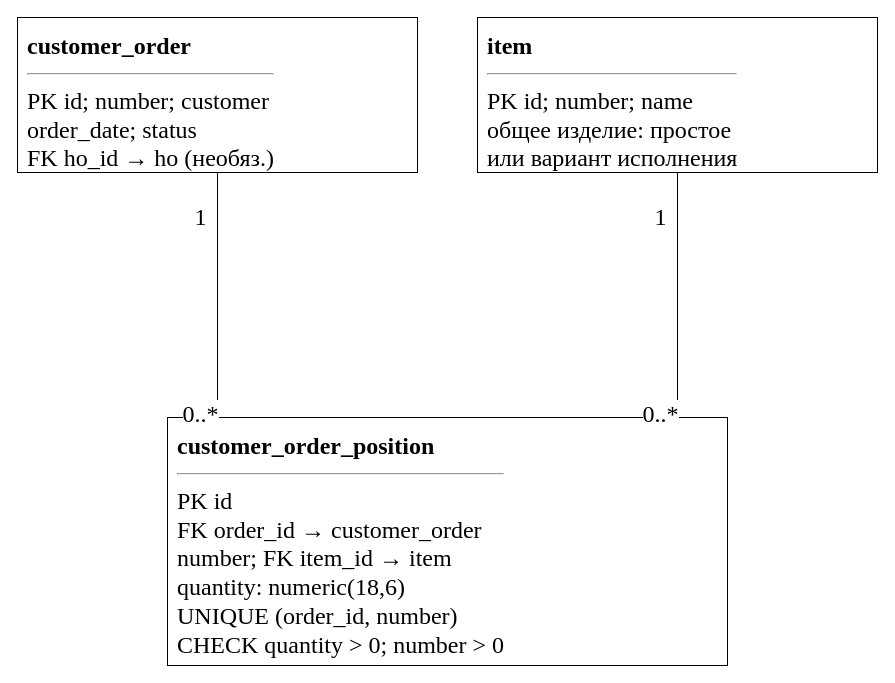
Earlier version of the draw.io diagram utils/lab7/diagrams/07_erd_orders.drawio (10xtheo/mispris-sem7). Source tidied: cells renumbered, new cells numbered last; positions are measured from the earlier drawing's top-left corner, leaving out a move shared by most shapes. Both pictures are drawn from the tidied source at 100%, with x=0, y=0 at pixel (17, 17).
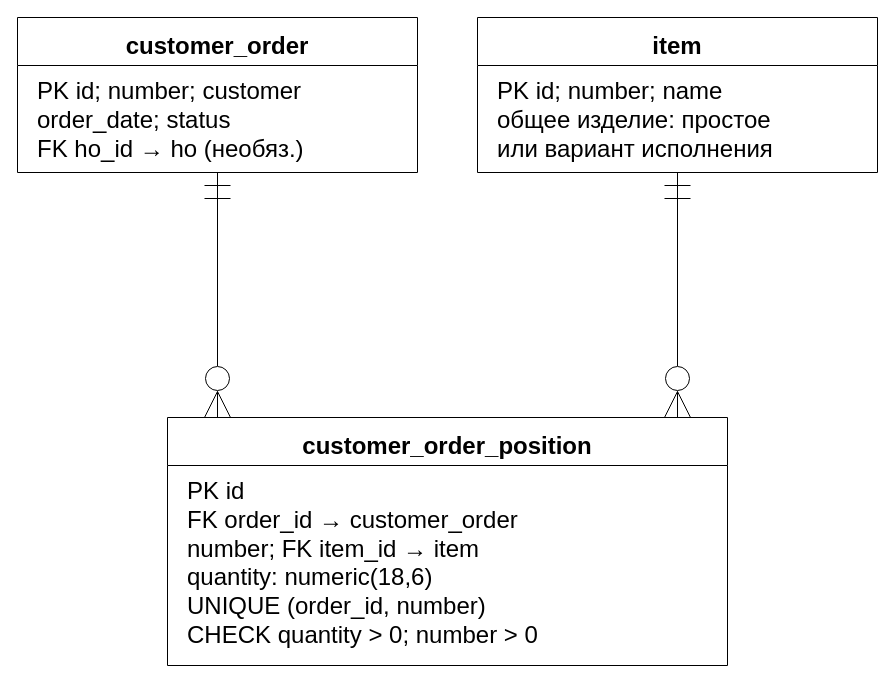
Above is the later version.

Diff of the diagram source:
```diff
@@
 <mxGraphModel>
   <root>
     <mxCell id="0" />
     <mxCell id="1" parent="0" />
-    <mxCell id="2" value="&lt;b&gt;customer_order&lt;/b&gt;&lt;hr&gt;PK id; number; customer&lt;br&gt;order_date; status&lt;br&gt;FK ho_id → ho (необяз.)" style="rounded=0;whiteSpace=wrap;html=1;align=left;verticalAlign=top;fontFamily=Times New Roman;fontSize=24;spacing=10;fillColor=#ffffff;strokeColor=#000000;" parent="1" vertex="1">
+    <mxCell id="2" value="customer_order" style="rounded=0;whiteSpace=wrap;html=1;align=center;verticalAlign=top;fontFamily=Arial;fontSize=24;spacing=10;fillColor=#ffffff;strokeColor=#000000;shape=swimlane;startSize=48;fontStyle=1;swimlaneFillColor=#ffffff;" parent="1" vertex="1">
       <mxGeometry width="400" height="155" as="geometry" />
     </mxCell>
+    <mxCell id="11" value="PK id; number; customer&lt;br&gt;order_date; status&lt;br&gt;FK ho_id → ho (необяз.)" style="text;html=1;align=left;verticalAlign=top;fontFamily=Arial;fontSize=24;spacingLeft=18;spacingTop=5;fillColor=none;strokeColor=none;" parent="2" vertex="1">
+      <mxGeometry y="48" width="400" height="107" as="geometry" />
+    </mxCell>
-    <mxCell id="3" value="&lt;b&gt;item&lt;/b&gt;&lt;hr&gt;PK id; number; name&lt;br&gt;общее изделие: простое&lt;br&gt;или вариант исполнения" style="rounded=0;whiteSpace=wrap;html=1;align=left;verticalAlign=top;fontFamily=Times New Roman;fontSize=24;spacing=10;fillColor=#ffffff;strokeColor=#000000;" parent="1" vertex="1">
+    <mxCell id="3" value="item" style="rounded=0;whiteSpace=wrap;html=1;align=center;verticalAlign=top;fontFamily=Arial;fontSize=24;spacing=10;fillColor=#ffffff;strokeColor=#000000;shape=swimlane;startSize=48;fontStyle=1;swimlaneFillColor=#ffffff;" parent="1" vertex="1">
       <mxGeometry x="460" width="400" height="155" as="geometry" />
     </mxCell>
+    <mxCell id="12" value="PK id; number; name&lt;br&gt;общее изделие: простое&lt;br&gt;или вариант исполнения" style="text;html=1;align=left;verticalAlign=top;fontFamily=Arial;fontSize=24;spacingLeft=18;spacingTop=5;fillColor=none;strokeColor=none;" parent="3" vertex="1">
+      <mxGeometry y="48" width="400" height="107" as="geometry" />
+    </mxCell>
-    <mxCell id="4" value="&lt;b&gt;customer_order_position&lt;/b&gt;&lt;hr&gt;PK id&lt;br&gt;FK order_id → customer_order&lt;br&gt;number; FK item_id → item&lt;br&gt;quantity: numeric(18,6)&lt;br&gt;UNIQUE (order_id, number)&lt;br&gt;CHECK quantity &amp;gt; 0; number &amp;gt; 0" style="rounded=0;whiteSpace=wrap;html=1;align=left;verticalAlign=top;fontFamily=Times New Roman;fontSize=24;spacing=10;fillColor=#ffffff;strokeColor=#000000;" parent="1" vertex="1">
+    <mxCell id="4" value="customer_order_position" style="rounded=0;whiteSpace=wrap;html=1;align=center;verticalAlign=top;fontFamily=Arial;fontSize=24;spacing=10;fillColor=#ffffff;strokeColor=#000000;shape=swimlane;startSize=48;fontStyle=1;swimlaneFillColor=#ffffff;" parent="1" vertex="1">
       <mxGeometry x="150" y="400" width="560" height="248" as="geometry" />
     </mxCell>
+    <mxCell id="13" value="PK id&lt;br&gt;FK order_id → customer_order&lt;br&gt;number; FK item_id → item&lt;br&gt;quantity: numeric(18,6)&lt;br&gt;UNIQUE (order_id, number)&lt;br&gt;CHECK quantity &amp;gt; 0; number &amp;gt; 0" style="text;html=1;align=left;verticalAlign=top;fontFamily=Arial;fontSize=24;spacingLeft=18;spacingTop=5;fillColor=none;strokeColor=none;" parent="4" vertex="1">
+      <mxGeometry y="48" width="560" height="200" as="geometry" />
+    </mxCell>
-    <mxCell id="5" style="edgeStyle=orthogonalEdgeStyle;rounded=0;html=1;endArrow=open;fontFamily=Times New Roman;fontSize=24;labelBackgroundColor=#ffffff;exitX=0.5;exitY=1.0;entryX=0.08928571428571429;entryY=0.0;endArrow=none;startArrow=none;" parent="1" edge="1" source="2" target="4">
+    <mxCell id="5" style="edgeStyle=orthogonalEdgeStyle;rounded=0;html=1;endArrow=open;fontFamily=Arial;fontSize=24;labelBackgroundColor=#ffffff;exitX=0.5;exitY=1.0;entryX=0.08928571428571429;entryY=0.0;endArrow=none;startArrow=none;startArrow=ERmandOne;endArrow=ERzeroToMany;startFill=0;endFill=0;startSize=24;endSize=24;" parent="1" edge="1" source="2" target="4">
       <mxGeometry relative="1" as="geometry" />
     </mxCell>
-    <mxCell id="6" value="1" style="edgeLabel;html=1;align=center;fontFamily=Times New Roman;fontSize=24;" parent="5" vertex="1">
-      <mxGeometry x="-0.8" y="-18" relative="1" as="geometry" />
-    </mxCell>
-    <mxCell id="7" value="0..*" style="edgeLabel;html=1;align=center;fontFamily=Times New Roman;fontSize=24;" parent="5" vertex="1">
-      <mxGeometry x="0.8" y="-18" relative="1" as="geometry" />
-    </mxCell>
-    <mxCell id="8" style="edgeStyle=orthogonalEdgeStyle;rounded=0;html=1;endArrow=open;fontFamily=Times New Roman;fontSize=24;labelBackgroundColor=#ffffff;exitX=0.5;exitY=1.0;entryX=0.9107142857142857;entryY=0.0;endArrow=none;startArrow=none;" parent="1" edge="1" source="3" target="4">
+    <mxCell id="8" style="edgeStyle=orthogonalEdgeStyle;rounded=0;html=1;endArrow=open;fontFamily=Arial;fontSize=24;labelBackgroundColor=#ffffff;exitX=0.5;exitY=1.0;entryX=0.9107142857142857;entryY=0.0;endArrow=none;startArrow=none;startArrow=ERmandOne;endArrow=ERzeroToMany;startFill=0;endFill=0;startSize=24;endSize=24;" parent="1" edge="1" source="3" target="4">
       <mxGeometry relative="1" as="geometry" />
     </mxCell>
-    <mxCell id="9" value="1" style="edgeLabel;html=1;align=center;fontFamily=Times New Roman;fontSize=24;" parent="8" vertex="1">
-      <mxGeometry x="-0.8" y="-18" relative="1" as="geometry" />
-    </mxCell>
-    <mxCell id="10" value="0..*" style="edgeLabel;html=1;align=center;fontFamily=Times New Roman;fontSize=24;" parent="8" vertex="1">
-      <mxGeometry x="0.8" y="-18" relative="1" as="geometry" />
-    </mxCell>
   </root>
 </mxGraphModel>
```
